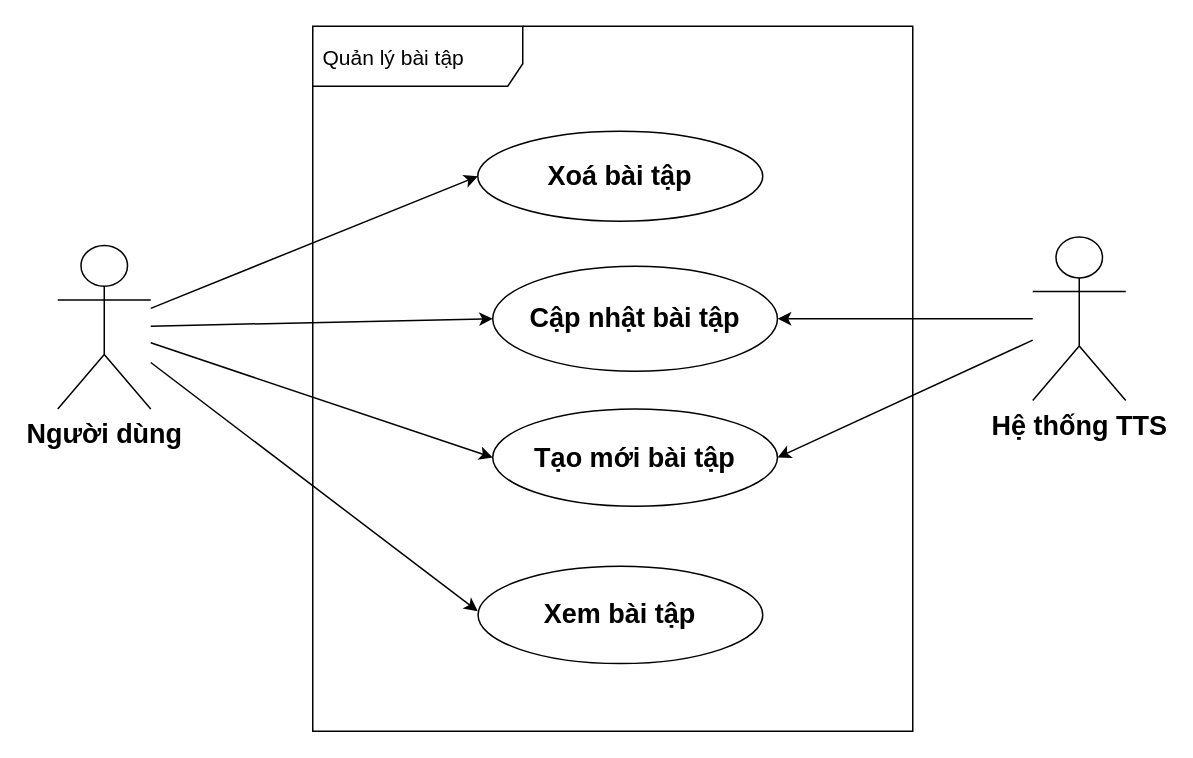
This is page "Page-4" (4 of 27) of src/Untitled Diagram.drawio from Thuong911/vietStudy, a draw.io file, before an edit. Source tidied: cells renumbered, new cells numbered last; positions are measured from the earlier drawing's top-left corner, leaving out a move shared by most shapes. Both pictures are drawn from the tidied source at 150%, with x=0, y=0 at pixel (57, 26).
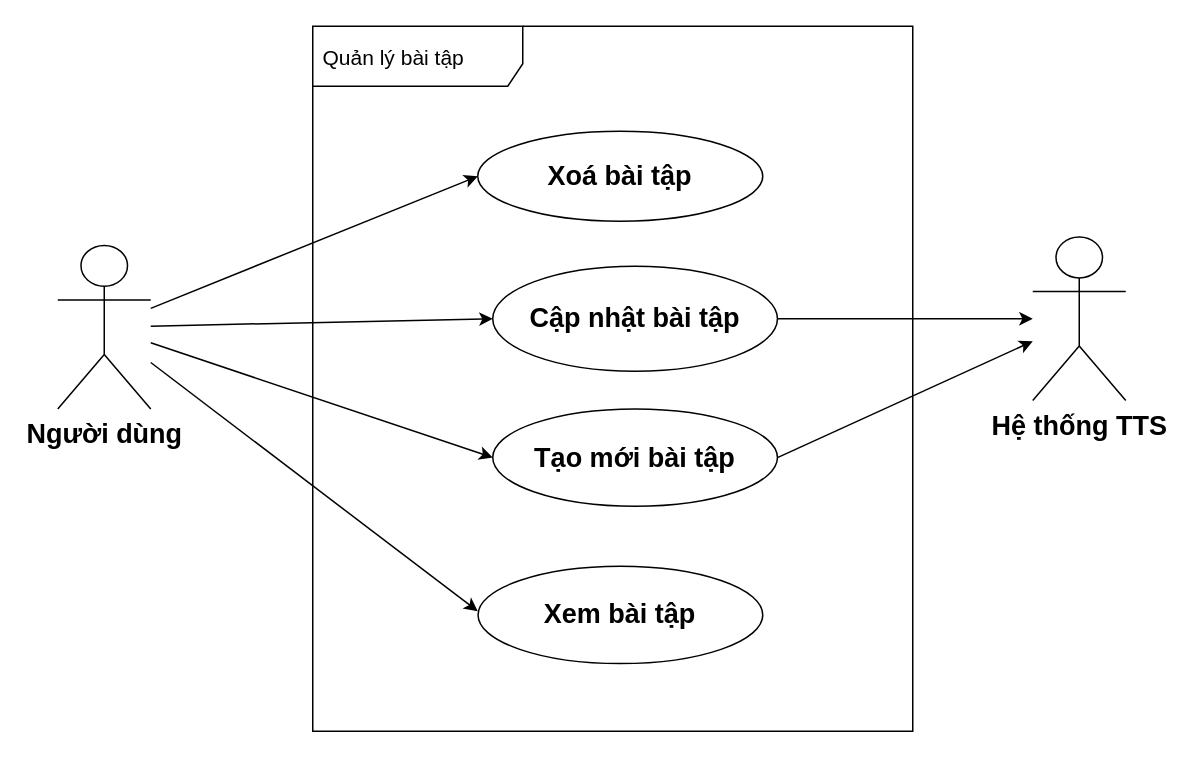
The same page after the edit.

What changed in the source:
```diff
@@
 <mxGraphModel>
   <root>
     <mxCell id="0" />
     <mxCell id="1" parent="0" />
     <mxCell id="2" value="&lt;font style=&quot;font-size: 14px ; font-weight: normal&quot;&gt;Quản lý bài tập&lt;/font&gt;" style="shape=umlFrame;whiteSpace=wrap;html=1;width=140;height=40;boundedLbl=1;verticalAlign=middle;align=left;spacingLeft=5;fontSize=18;fontStyle=1;" parent="1" vertex="1">
       <mxGeometry x="170" width="400" height="470" as="geometry" />
     </mxCell>
     <mxCell id="3" style="edgeStyle=none;rounded=0;sketch=0;jettySize=auto;html=1;entryX=0;entryY=0.5;entryDx=0;entryDy=0;shadow=0;endArrow=classic;endFill=1;fontSize=18;fontStyle=1;" parent="1" edge="1" source="4" target="5">
       <mxGeometry relative="1" as="geometry" />
     </mxCell>
     <mxCell id="4" value="Người dùng" style="shape=umlActor;verticalLabelPosition=bottom;verticalAlign=top;html=1;fontSize=18;fontStyle=1;" parent="1" vertex="1">
       <mxGeometry y="146.1" width="62" height="109" as="geometry" />
     </mxCell>
     <mxCell id="5" value="Cập nhật bài tập" style="ellipse;whiteSpace=wrap;html=1;fontSize=18;fontStyle=1;" parent="1" vertex="1">
       <mxGeometry x="290" y="160" width="189.8" height="70" as="geometry" />
     </mxCell>
     <mxCell id="6" style="edgeStyle=none;rounded=0;sketch=0;jettySize=auto;html=1;entryX=0;entryY=0.5;entryDx=0;entryDy=0;shadow=0;endArrow=classic;endFill=1;fontSize=18;fontStyle=1;" parent="1" edge="1" source="4" target="7">
       <mxGeometry relative="1" as="geometry" />
     </mxCell>
     <mxCell id="7" value="Xoá bài tập" style="ellipse;whiteSpace=wrap;html=1;fontSize=18;fontStyle=1;" parent="1" vertex="1">
       <mxGeometry x="280" y="70" width="190" height="60" as="geometry" />
     </mxCell>
     <mxCell id="8" style="edgeStyle=none;rounded=0;sketch=0;jettySize=auto;html=1;entryX=0;entryY=0.5;entryDx=0;entryDy=0;shadow=0;endArrow=classic;endFill=1;fontSize=18;fontStyle=1;" parent="1" edge="1" source="4" target="9">
       <mxGeometry relative="1" as="geometry" />
     </mxCell>
     <mxCell id="9" value="Tạo mới bài tập" style="ellipse;whiteSpace=wrap;html=1;fontSize=18;fontStyle=1;" parent="1" vertex="1">
       <mxGeometry x="290" y="255.1" width="189.8" height="64.9" as="geometry" />
     </mxCell>
     <mxCell id="10" value="Hệ thống TTS" style="shape=umlActor;verticalLabelPosition=bottom;verticalAlign=top;html=1;fontSize=18;fontStyle=1;" parent="1" vertex="1">
       <mxGeometry x="650" y="140.5" width="62" height="109" as="geometry" />
     </mxCell>
-    <mxCell id="11" style="endArrow=classic;html=1;fontSize=18;fontStyle=1;" parent="1" edge="1" source="10">
-      <mxGeometry relative="1" as="geometry">
-        <mxPoint x="480" y="195" as="targetPoint" />
-      </mxGeometry>
+    <mxCell id="11" style="endArrow=classic;html=1;fontSize=18;fontStyle=1;exitX=1;exitY=0.5;exitDx=0;exitDy=0;" parent="1" edge="1" source="5" target="10">
+      <mxGeometry relative="1" as="geometry" />
     </mxCell>
     <mxCell id="12" value="Xem bài tập" style="ellipse;whiteSpace=wrap;html=1;fontSize=18;fontStyle=1;" parent="1" vertex="1">
       <mxGeometry x="280.2" y="360" width="189.8" height="64.9" as="geometry" />
     </mxCell>
     <mxCell id="13" style="endArrow=classic;html=1;fontSize=18;" parent="1" edge="1" source="4">
       <mxGeometry relative="1" as="geometry">
         <mxPoint x="280" y="390" as="targetPoint" />
       </mxGeometry>
     </mxCell>
-    <mxCell id="14" style="endArrow=classic;html=1;fontSize=18;entryX=1;entryY=0.5;entryDx=0;entryDy=0;" parent="1" edge="1" source="10" target="9">
-      <mxGeometry relative="1" as="geometry" />
+    <mxCell id="14" style="endArrow=classic;html=1;fontSize=18;exitX=1;exitY=0.5;exitDx=0;exitDy=0;" parent="1" edge="1" source="9">
+      <mxGeometry relative="1" as="geometry">
+        <mxPoint x="650" y="210" as="targetPoint" />
+      </mxGeometry>
     </mxCell>
   </root>
 </mxGraphModel>
```
